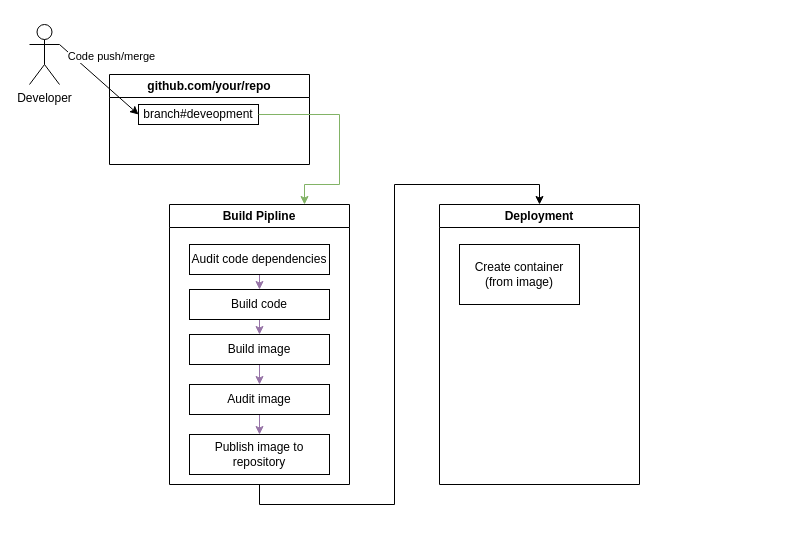
The draw.io diagram docs/Untitled Diagram.drawio in vinceoa/playground, before the edit. Source tidied: cells renumbered, new cells numbered last; positions are measured from the earlier drawing's top-left corner, leaving out a move shared by most shapes. Both pictures are drawn from the tidied source at 100%, with x=0, y=0 at pixel (29, 24).
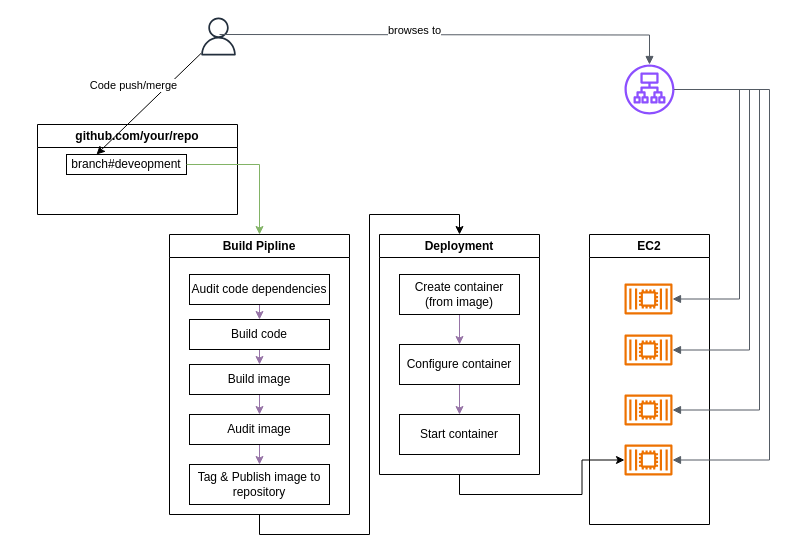
After the change.

Unchanged cells that the change refers to:
```xml
<mxCell id="3" value="branch#deveopment" style="rounded=0;whiteSpace=wrap;html=1;" parent="2" vertex="1">
  <mxGeometry x="29" y="30" width="120" height="20" as="geometry" />
</mxCell>
```

The edit, as a diff of the source:
```diff
@@
     <mxCell id="2" value="&lt;div&gt;github.com/your/repo&lt;/div&gt;" style="swimlane;whiteSpace=wrap;html=1;" parent="1" vertex="1">
-      <mxGeometry x="80" y="50" width="200" height="90" as="geometry" />
+      <mxGeometry x="8" y="100" width="200" height="90" as="geometry" />
     </mxCell>
@@
-    <mxCell id="4" value="&lt;div&gt;Developer&lt;/div&gt;&lt;div&gt;&lt;br&gt;&lt;/div&gt;" style="shape=umlActor;verticalLabelPosition=bottom;verticalAlign=top;html=1;outlineConnect=0;" parent="1" vertex="1">
-      <mxGeometry width="30" height="60" as="geometry" />
-    </mxCell>
-    <mxCell id="5" style="endArrow=classic;html=1;rounded=0;entryX=0;entryY=0.5;entryDx=0;entryDy=0;exitX=1;exitY=0.3333333333333333;exitDx=0;exitDy=0;exitPerimeter=0;" parent="1" edge="1" source="4" target="3">
+    <mxCell id="5" style="endArrow=classic;html=1;rounded=0;entryX=0.25;entryY=0;entryDx=0;entryDy=0;" parent="1" edge="1" source="32" target="3">
       <mxGeometry relative="1" as="geometry" />
     </mxCell>
@@
     <mxCell id="8" value="Build Pipline" style="swimlane;whiteSpace=wrap;html=1;" parent="1" vertex="1">
-      <mxGeometry x="140" y="180" width="180" height="280" as="geometry" />
+      <mxGeometry x="140" y="210" width="180" height="280" as="geometry" />
     </mxCell>
@@
-    <mxCell id="17" value="Publish image to repository" style="rounded=0;whiteSpace=wrap;html=1;" parent="8" vertex="1">
+    <mxCell id="17" value="Tag &amp;amp; Publish image to repository" style="rounded=0;whiteSpace=wrap;html=1;" parent="8" vertex="1">
       <mxGeometry x="20" y="230" width="140" height="40" as="geometry" />
     </mxCell>
-    <mxCell id="18" style="edgeStyle=orthogonalEdgeStyle;rounded=0;jettySize=auto;html=1;exitX=1;exitY=0.5;exitDx=0;exitDy=0;entryX=0.75;entryY=0;entryDx=0;entryDy=0;fillColor=#d5e8d4;strokeColor=#82b366;" parent="1" edge="1" source="3" target="8">
+    <mxCell id="18" style="edgeStyle=orthogonalEdgeStyle;rounded=0;jettySize=auto;html=1;exitX=1;exitY=0.5;exitDx=0;exitDy=0;fillColor=#d5e8d4;strokeColor=#82b366;entryX=0.5;entryY=0;entryDx=0;entryDy=0;" parent="1" edge="1" source="3" target="8">
       <mxGeometry relative="1" as="geometry">
         <Array as="points">
-          <mxPoint x="310" y="90" />
-          <mxPoint x="310" y="160" />
-          <mxPoint x="275" y="160" />
+          <mxPoint x="230" y="140" />
         </Array>
       </mxGeometry>
     </mxCell>
     <mxCell id="19" value="Deployment" style="swimlane;whiteSpace=wrap;html=1;" parent="1" vertex="1">
-      <mxGeometry x="410" y="180" width="200" height="280" as="geometry" />
+      <mxGeometry x="350" y="210" width="160" height="240" as="geometry" />
     </mxCell>
+    <mxCell id="21" style="edgeStyle=orthogonalEdgeStyle;rounded=0;jettySize=auto;html=1;exitX=0.5;exitY=1;exitDx=0;exitDy=0;entryX=0.5;entryY=0;entryDx=0;entryDy=0;fillColor=#e1d5e7;strokeColor=#9673a6;" parent="19" edge="1" source="20" target="23">
+      <mxGeometry relative="1" as="geometry" />
+    </mxCell>
     <mxCell id="20" value="&lt;div&gt;Create container&lt;/div&gt;&lt;div&gt;(from image)&lt;br&gt;&lt;/div&gt;" style="rounded=0;whiteSpace=wrap;html=1;" parent="19" vertex="1">
-      <mxGeometry x="20" y="40" width="120" height="60" as="geometry" />
+      <mxGeometry x="20" y="40" width="120" height="40" as="geometry" />
     </mxCell>
+    <mxCell id="22" style="edgeStyle=orthogonalEdgeStyle;rounded=0;jettySize=auto;html=1;exitX=0.5;exitY=1;exitDx=0;exitDy=0;entryX=0.5;entryY=0;entryDx=0;entryDy=0;fillColor=#e1d5e7;strokeColor=#9673a6;" parent="19" edge="1" source="23" target="24">
+      <mxGeometry relative="1" as="geometry" />
+    </mxCell>
+    <mxCell id="23" value="Configure container" style="rounded=0;whiteSpace=wrap;html=1;" parent="19" vertex="1">
+      <mxGeometry x="20" y="110" width="120" height="40" as="geometry" />
+    </mxCell>
+    <mxCell id="24" value="Start container" style="rounded=0;whiteSpace=wrap;html=1;" parent="19" vertex="1">
+      <mxGeometry x="20" y="180" width="120" height="40" as="geometry" />
+    </mxCell>
+    <mxCell id="25" style="sketch=0;outlineConnect=0;fontColor=#232F3E;gradientColor=none;fillColor=#8C4FFF;strokeColor=none;dashed=0;verticalLabelPosition=bottom;verticalAlign=top;align=center;html=1;fontSize=12;fontStyle=0;shape=mxgraph.aws4.application_load_balancer;" parent="1" vertex="1">
+      <mxGeometry x="595" y="40" width="50" height="50" as="geometry" />
+    </mxCell>
+    <mxCell id="26" value="&lt;div&gt;EC2&lt;/div&gt;" style="swimlane;whiteSpace=wrap;html=1;" parent="1" vertex="1">
+      <mxGeometry x="560" y="210" width="120" height="290" as="geometry" />
+    </mxCell>
+    <mxCell id="27" style="sketch=0;outlineConnect=0;fontColor=#232F3E;gradientColor=none;fillColor=#ED7100;strokeColor=none;dashed=0;verticalLabelPosition=bottom;verticalAlign=top;align=center;html=1;fontSize=12;fontStyle=0;shape=mxgraph.aws4.container_2;" parent="26" vertex="1">
+      <mxGeometry x="35" y="49" width="48" height="31" as="geometry" />
+    </mxCell>
+    <mxCell id="28" style="sketch=0;outlineConnect=0;fontColor=#232F3E;gradientColor=none;fillColor=#ED7100;strokeColor=none;dashed=0;verticalLabelPosition=bottom;verticalAlign=top;align=center;html=1;fontSize=12;fontStyle=0;shape=mxgraph.aws4.container_2;" parent="26" vertex="1">
+      <mxGeometry x="35" y="100" width="48" height="31" as="geometry" />
+    </mxCell>
+    <mxCell id="29" style="sketch=0;outlineConnect=0;fontColor=#232F3E;gradientColor=none;fillColor=#ED7100;strokeColor=none;dashed=0;verticalLabelPosition=bottom;verticalAlign=top;align=center;html=1;fontSize=12;fontStyle=0;shape=mxgraph.aws4.container_2;" parent="26" vertex="1">
+      <mxGeometry x="35" y="160" width="48" height="31" as="geometry" />
+    </mxCell>
+    <mxCell id="30" style="sketch=0;outlineConnect=0;fontColor=#232F3E;gradientColor=none;fillColor=#ED7100;strokeColor=none;dashed=0;verticalLabelPosition=bottom;verticalAlign=top;align=center;html=1;fontSize=12;fontStyle=0;shape=mxgraph.aws4.container_2;" parent="26" vertex="1">
+      <mxGeometry x="35" y="210" width="48" height="31" as="geometry" />
+    </mxCell>
+    <mxCell id="31" style="edgeStyle=orthogonalEdgeStyle;rounded=0;jettySize=auto;html=1;exitX=0.5;exitY=1;exitDx=0;exitDy=0;" parent="1" edge="1" source="19" target="30">
+      <mxGeometry relative="1" as="geometry" />
+    </mxCell>
+    <mxCell id="32" style="sketch=0;outlineConnect=0;fontColor=#232F3E;gradientColor=none;fillColor=#232F3D;strokeColor=none;dashed=0;verticalLabelPosition=bottom;verticalAlign=top;align=center;html=1;fontSize=12;fontStyle=0;shape=mxgraph.aws4.user;" parent="1" vertex="1">
+      <mxGeometry x="170" y="-7" width="38" height="38" as="geometry" />
+    </mxCell>
+    <mxCell id="33" style="edgeStyle=orthogonalEdgeStyle;html=1;endArrow=block;elbow=vertical;startArrow=none;endFill=1;strokeColor=#545B64;rounded=0;" parent="1" edge="1" target="25">
+      <mxGeometry relative="1" as="geometry">
+        <mxPoint x="190" y="10" as="sourcePoint" />
+      </mxGeometry>
+    </mxCell>
+    <mxCell id="34" value="&lt;div&gt;browses to&lt;/div&gt;&lt;div&gt;&lt;br&gt;&lt;/div&gt;" style="edgeLabel;html=1;align=center;verticalAlign=middle;" parent="33" vertex="1">
+      <mxGeometry x="-0.15" y="-2" relative="1" as="geometry" />
+    </mxCell>
+    <mxCell id="35" style="edgeStyle=orthogonalEdgeStyle;html=1;endArrow=none;elbow=vertical;startArrow=block;startFill=1;strokeColor=#545B64;rounded=0;" parent="1" edge="1" source="28" target="25">
+      <mxGeometry relative="1" as="geometry">
+        <Array as="points">
+          <mxPoint x="720" y="326" />
+          <mxPoint x="720" y="65" />
+        </Array>
+      </mxGeometry>
+    </mxCell>
+    <mxCell id="36" style="edgeStyle=orthogonalEdgeStyle;html=1;endArrow=none;elbow=vertical;startArrow=block;startFill=1;strokeColor=#545B64;rounded=0;" parent="1" edge="1" source="27" target="25">
+      <mxGeometry relative="1" as="geometry">
+        <Array as="points">
+          <mxPoint x="710" y="275" />
+          <mxPoint x="710" y="65" />
+        </Array>
+      </mxGeometry>
+    </mxCell>
+    <mxCell id="37" style="edgeStyle=orthogonalEdgeStyle;html=1;endArrow=none;elbow=vertical;startArrow=block;startFill=1;strokeColor=#545B64;rounded=0;" parent="1" edge="1" source="29" target="25">
+      <mxGeometry relative="1" as="geometry">
+        <Array as="points">
+          <mxPoint x="730" y="386" />
+          <mxPoint x="730" y="65" />
+        </Array>
+      </mxGeometry>
+    </mxCell>
+    <mxCell id="38" style="edgeStyle=orthogonalEdgeStyle;html=1;endArrow=none;elbow=vertical;startArrow=block;startFill=1;strokeColor=#545B64;rounded=0;" parent="1" edge="1" source="30" target="25">
+      <mxGeometry relative="1" as="geometry">
+        <Array as="points">
+          <mxPoint x="740" y="436" />
+          <mxPoint x="740" y="65" />
+        </Array>
+      </mxGeometry>
+    </mxCell>
```
